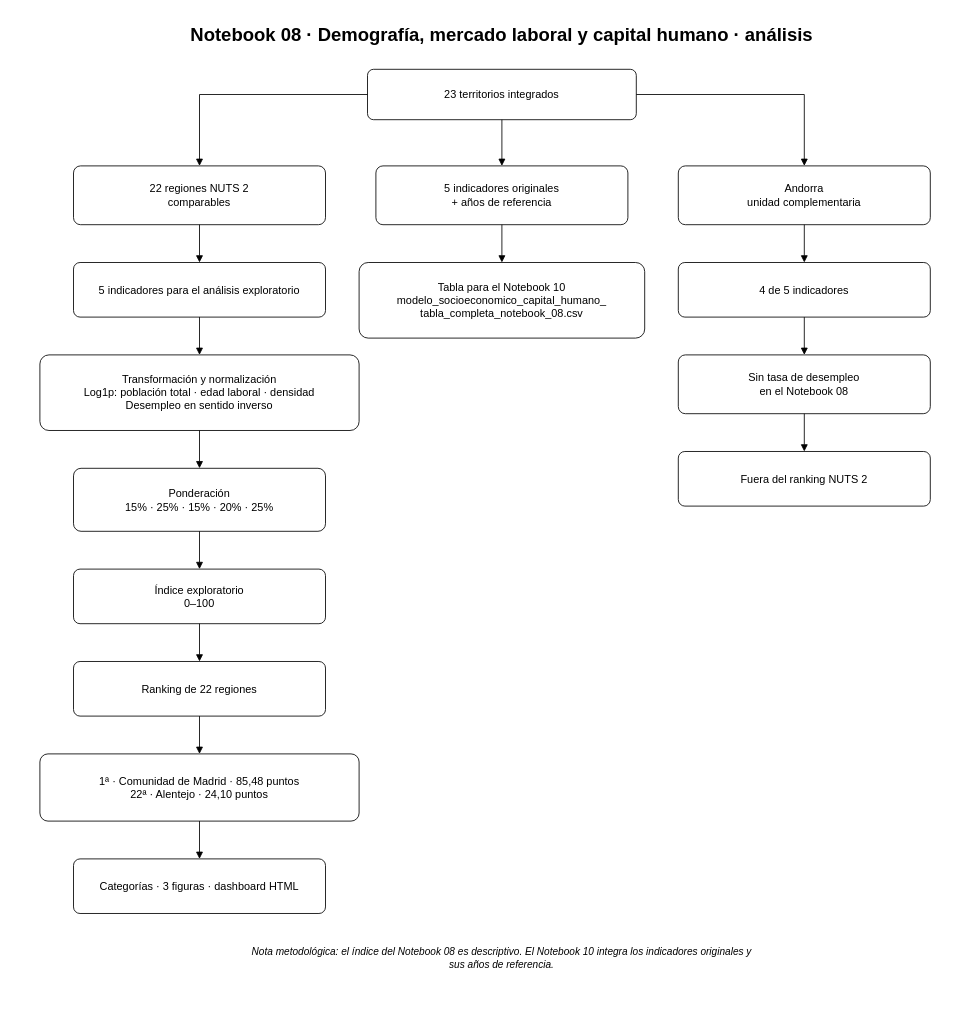
Before: docs/diagramas/08_demografia_mercado_laboral_capital_humano_analisis.drawio in Aemj2023/TFB-CPD-Sostenibles-Iberia-Final, a draw.io diagram. Source tidied: cells renumbered, new cells numbered last; positions are measured from the earlier drawing's top-left corner, leaving out a move shared by most shapes. Both pictures are drawn from the tidied source at 84%, with x=0, y=0 at pixel (39, 14).
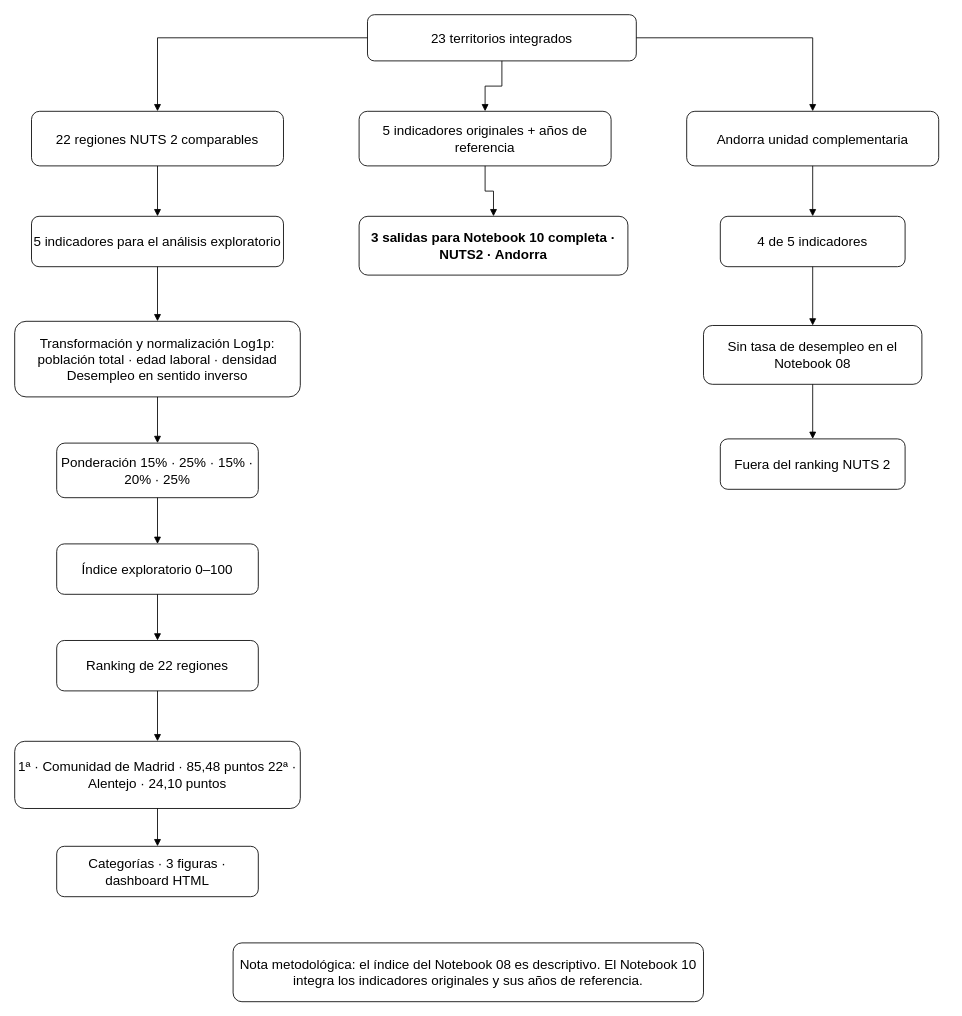
The same page after the edit.

Commit message (it also covers changes not shown here):
actualizamos diagrama NB08

Diff of the diagram source:
```diff
@@
-    <mxCell id="2" value="Notebook 08 · Demografía, mercado laboral y capital humano · análisis" style="text;html=1;strokeColor=none;fillColor=none;fontColor=#000000;fontSize=22;fontStyle=1;align=center;verticalAlign=middle;whiteSpace=wrap;" parent="1" vertex="1">
-      <mxGeometry x="20" width="1060" height="50" as="geometry" />
-    </mxCell>
-    <mxCell id="3" value="23 territorios integrados" style="rounded=1;whiteSpace=wrap;html=1;arcSize=12;fillColor=#FFFFFF;strokeColor=#000000;fontColor=#000000;fontSize=13;align=center;verticalAlign=middle;" parent="1" vertex="1">
-      <mxGeometry x="390" y="65" width="320" height="60" as="geometry" />
+    <mxCell id="3" value="23 territorios integrados" style="rounded=1;whiteSpace=wrap;html=1;fontSize=16;fontStyle=0;strokeColor=#000000;fillColor=#ffffff;" parent="1" vertex="1">
+      <mxGeometry x="390" width="320" height="55" as="geometry" />
     </mxCell>
-    <mxCell id="4" value="22 regiones NUTS 2&lt;br&gt;comparables" style="rounded=1;whiteSpace=wrap;html=1;arcSize=12;fillColor=#FFFFFF;strokeColor=#000000;fontColor=#000000;fontSize=13;align=center;verticalAlign=middle;" parent="1" vertex="1">
-      <mxGeometry x="40" y="180" width="300" height="70" as="geometry" />
+    <mxCell id="4" value="22 regiones NUTS 2&amp;#xa;comparables" style="rounded=1;whiteSpace=wrap;html=1;fontSize=16;fontStyle=0;strokeColor=#000000;fillColor=#ffffff;" parent="1" vertex="1">
+      <mxGeometry x="-10" y="115" width="300" height="65" as="geometry" />
     </mxCell>
+    <mxCell id="12" value="5 indicadores originales&amp;#xa;+ años de referencia" style="rounded=1;whiteSpace=wrap;html=1;fontSize=16;fontStyle=0;strokeColor=#000000;fillColor=#ffffff;" parent="1" vertex="1">
+      <mxGeometry x="380" y="115" width="300" height="65" as="geometry" />
+    </mxCell>
+    <mxCell id="14" value="Andorra&amp;#xa;unidad complementaria" style="rounded=1;whiteSpace=wrap;html=1;fontSize=16;fontStyle=0;strokeColor=#000000;fillColor=#ffffff;" parent="1" vertex="1">
+      <mxGeometry x="770" y="115" width="300" height="65" as="geometry" />
+    </mxCell>
-    <mxCell id="5" value="5 indicadores para el análisis exploratorio" style="rounded=1;whiteSpace=wrap;html=1;arcSize=12;fillColor=#FFFFFF;strokeColor=#000000;fontColor=#000000;fontSize=13;align=center;verticalAlign=middle;" parent="1" vertex="1">
-      <mxGeometry x="40" y="295" width="300" height="65" as="geometry" />
+    <mxCell id="5" value="5 indicadores para el análisis exploratorio" style="rounded=1;whiteSpace=wrap;html=1;fontSize=16;fontStyle=0;strokeColor=#000000;fillColor=#ffffff;" parent="1" vertex="1">
+      <mxGeometry x="-10" y="240" width="300" height="60" as="geometry" />
     </mxCell>
+    <mxCell id="33" value="3 salidas para Notebook 10&amp;#xa;completa · NUTS2 · Andorra" style="rounded=1;whiteSpace=wrap;html=1;fontSize=16;fontStyle=1;strokeColor=#000000;fillColor=#ffffff;" parent="1" vertex="1">
+      <mxGeometry x="380" y="240" width="320" height="70" as="geometry" />
+    </mxCell>
+    <mxCell id="15" value="4 de 5 indicadores" style="rounded=1;whiteSpace=wrap;html=1;fontSize=16;fontStyle=0;strokeColor=#000000;fillColor=#ffffff;" parent="1" vertex="1">
+      <mxGeometry x="810" y="240" width="220" height="60" as="geometry" />
+    </mxCell>
-    <mxCell id="6" value="Transformación y normalización&lt;br&gt;Log1p: población total · edad laboral · densidad&lt;br&gt;Desempleo en sentido inverso" style="rounded=1;whiteSpace=wrap;html=1;arcSize=12;fillColor=#FFFFFF;strokeColor=#000000;fontColor=#000000;fontSize=13;align=center;verticalAlign=middle;" parent="1" vertex="1">
-      <mxGeometry y="405" width="380" height="90" as="geometry" />
+    <mxCell id="6" value="Transformación y normalización&amp;#xa;Log1p: población total · edad laboral · densidad&amp;#xa;Desempleo en sentido inverso" style="rounded=1;whiteSpace=wrap;html=1;fontSize=16;fontStyle=0;strokeColor=#000000;fillColor=#ffffff;" parent="1" vertex="1">
+      <mxGeometry x="-30" y="365" width="340" height="90" as="geometry" />
     </mxCell>
+    <mxCell id="16" value="Sin tasa de desempleo&amp;#xa;en el Notebook 08" style="rounded=1;whiteSpace=wrap;html=1;fontSize=16;fontStyle=0;strokeColor=#000000;fillColor=#ffffff;" parent="1" vertex="1">
+      <mxGeometry x="790" y="370" width="260" height="70" as="geometry" />
+    </mxCell>
-    <mxCell id="7" value="Ponderación&lt;br&gt;15% · 25% · 15% · 20% · 25%" style="rounded=1;whiteSpace=wrap;html=1;arcSize=12;fillColor=#FFFFFF;strokeColor=#000000;fontColor=#000000;fontSize=13;align=center;verticalAlign=middle;" parent="1" vertex="1">
-      <mxGeometry x="40" y="540" width="300" height="75" as="geometry" />
+    <mxCell id="7" value="Ponderación&amp;#xa;15% · 25% · 15% · 20% · 25%" style="rounded=1;whiteSpace=wrap;html=1;fontSize=16;fontStyle=0;strokeColor=#000000;fillColor=#ffffff;" parent="1" vertex="1">
+      <mxGeometry x="20" y="510" width="240" height="65" as="geometry" />
     </mxCell>
+    <mxCell id="17" value="Fuera del ranking NUTS 2" style="rounded=1;whiteSpace=wrap;html=1;fontSize=16;fontStyle=0;strokeColor=#000000;fillColor=#ffffff;" parent="1" vertex="1">
+      <mxGeometry x="810" y="505" width="220" height="60" as="geometry" />
+    </mxCell>
-    <mxCell id="8" value="Índice exploratorio&lt;br&gt;0–100" style="rounded=1;whiteSpace=wrap;html=1;arcSize=12;fillColor=#FFFFFF;strokeColor=#000000;fontColor=#000000;fontSize=13;align=center;verticalAlign=middle;" parent="1" vertex="1">
-      <mxGeometry x="40" y="660" width="300" height="65" as="geometry" />
+    <mxCell id="8" value="Índice exploratorio&amp;#xa;0–100" style="rounded=1;whiteSpace=wrap;html=1;fontSize=16;fontStyle=0;strokeColor=#000000;fillColor=#ffffff;" parent="1" vertex="1">
+      <mxGeometry x="20" y="630" width="240" height="60" as="geometry" />
     </mxCell>
-    <mxCell id="9" value="Ranking de 22 regiones" style="rounded=1;whiteSpace=wrap;html=1;arcSize=12;fillColor=#FFFFFF;strokeColor=#000000;fontColor=#000000;fontSize=13;align=center;verticalAlign=middle;" parent="1" vertex="1">
-      <mxGeometry x="40" y="770" width="300" height="65" as="geometry" />
+    <mxCell id="9" value="Ranking de 22 regiones" style="rounded=1;whiteSpace=wrap;html=1;fontSize=16;fontStyle=0;strokeColor=#000000;fillColor=#ffffff;" parent="1" vertex="1">
+      <mxGeometry x="20" y="745" width="240" height="60" as="geometry" />
     </mxCell>
-    <mxCell id="10" value="1ª · Comunidad de Madrid · 85,48 puntos&lt;br&gt;22ª · Alentejo · 24,10 puntos" style="rounded=1;whiteSpace=wrap;html=1;arcSize=12;fillColor=#FFFFFF;strokeColor=#000000;fontColor=#000000;fontSize=13;align=center;verticalAlign=middle;" parent="1" vertex="1">
-      <mxGeometry y="880" width="380" height="80" as="geometry" />
+    <mxCell id="10" value="1ª · Comunidad de Madrid · 85,48 puntos&amp;#xa;22ª · Alentejo · 24,10 puntos" style="rounded=1;whiteSpace=wrap;html=1;fontSize=16;fontStyle=0;strokeColor=#000000;fillColor=#ffffff;" parent="1" vertex="1">
+      <mxGeometry x="-30" y="865" width="340" height="80" as="geometry" />
     </mxCell>
-    <mxCell id="11" value="Categorías · 3 figuras · dashboard HTML" style="rounded=1;whiteSpace=wrap;html=1;arcSize=12;fillColor=#FFFFFF;strokeColor=#000000;fontColor=#000000;fontSize=13;align=center;verticalAlign=middle;" parent="1" vertex="1">
-      <mxGeometry x="40" y="1005" width="300" height="65" as="geometry" />
+    <mxCell id="11" value="Categorías · 3 figuras · dashboard HTML" style="rounded=1;whiteSpace=wrap;html=1;fontSize=16;fontStyle=0;strokeColor=#000000;fillColor=#ffffff;" parent="1" vertex="1">
+      <mxGeometry x="20" y="990" width="240" height="60" as="geometry" />
     </mxCell>
-    <mxCell id="12" value="5 indicadores originales&lt;br&gt;+ años de referencia" style="rounded=1;whiteSpace=wrap;html=1;arcSize=12;fillColor=#FFFFFF;strokeColor=#000000;fontColor=#000000;fontSize=13;align=center;verticalAlign=middle;" parent="1" vertex="1">
-      <mxGeometry x="400" y="180" width="300" height="70" as="geometry" />
-    </mxCell>
-    <mxCell id="13" value="Tabla para el Notebook 10&lt;br&gt;modelo_socioeconomico_capital_humano_&lt;br&gt;tabla_completa_notebook_08.csv" style="rounded=1;whiteSpace=wrap;html=1;arcSize=12;fillColor=#FFFFFF;strokeColor=#000000;fontColor=#000000;fontSize=13;align=center;verticalAlign=middle;" parent="1" vertex="1">
-      <mxGeometry x="380" y="295" width="340" height="90" as="geometry" />
-    </mxCell>
-    <mxCell id="14" value="Andorra&lt;br&gt;unidad complementaria" style="rounded=1;whiteSpace=wrap;html=1;arcSize=12;fillColor=#FFFFFF;strokeColor=#000000;fontColor=#000000;fontSize=13;align=center;verticalAlign=middle;" parent="1" vertex="1">
-      <mxGeometry x="760" y="180" width="300" height="70" as="geometry" />
-    </mxCell>
-    <mxCell id="15" value="4 de 5 indicadores" style="rounded=1;whiteSpace=wrap;html=1;arcSize=12;fillColor=#FFFFFF;strokeColor=#000000;fontColor=#000000;fontSize=13;align=center;verticalAlign=middle;" parent="1" vertex="1">
-      <mxGeometry x="760" y="295" width="300" height="65" as="geometry" />
-    </mxCell>
-    <mxCell id="16" value="Sin tasa de desempleo&lt;br&gt;en el Notebook 08" style="rounded=1;whiteSpace=wrap;html=1;arcSize=12;fillColor=#FFFFFF;strokeColor=#000000;fontColor=#000000;fontSize=13;align=center;verticalAlign=middle;" parent="1" vertex="1">
-      <mxGeometry x="760" y="405" width="300" height="70" as="geometry" />
-    </mxCell>
-    <mxCell id="17" value="Fuera del ranking NUTS 2" style="rounded=1;whiteSpace=wrap;html=1;arcSize=12;fillColor=#FFFFFF;strokeColor=#000000;fontColor=#000000;fontSize=13;align=center;verticalAlign=middle;" parent="1" vertex="1">
-      <mxGeometry x="760" y="520" width="300" height="65" as="geometry" />
-    </mxCell>
-    <mxCell id="18" value="Nota metodológica: el índice del Notebook 08 es descriptivo. El Notebook 10 integra los indicadores originales y sus años de referencia." style="text;html=1;strokeColor=none;fillColor=none;fontColor=#000000;fontSize=12;fontStyle=2;align=center;verticalAlign=middle;whiteSpace=wrap;" parent="1" vertex="1">
-      <mxGeometry x="250" y="1100" width="600" height="45" as="geometry" />
+    <mxCell id="18" value="Nota metodológica: el índice del Notebook 08 es descriptivo.&amp;#xa;El Notebook 10 integra los indicadores originales y sus años de referencia." style="rounded=1;whiteSpace=wrap;html=1;fontSize=16;fontStyle=0;strokeColor=#000000;fillColor=#ffffff;" parent="1" vertex="1">
+      <mxGeometry x="230" y="1105" width="560" height="70" as="geometry" />
     </mxCell>
@@
+    <mxCell id="34" style="edgeStyle=orthogonalEdgeStyle;rounded=0;jettySize=auto;html=1;endArrow=block;endFill=1;strokeColor=#000000;" parent="1" edge="1" source="12" target="33">
+      <mxGeometry relative="1" as="geometry" />
+    </mxCell>
+    <mxCell id="30" style="edgeStyle=orthogonalEdgeStyle;rounded=0;jettySize=auto;html=1;endArrow=block;endFill=1;strokeColor=#000000;" parent="1" edge="1" source="14" target="15">
+      <mxGeometry relative="1" as="geometry" />
+    </mxCell>
@@
+    <mxCell id="31" style="edgeStyle=orthogonalEdgeStyle;rounded=0;jettySize=auto;html=1;endArrow=block;endFill=1;strokeColor=#000000;" parent="1" edge="1" source="15" target="16">
+      <mxGeometry relative="1" as="geometry" />
+    </mxCell>
@@
+    <mxCell id="32" style="edgeStyle=orthogonalEdgeStyle;rounded=0;jettySize=auto;html=1;endArrow=block;endFill=1;strokeColor=#000000;" parent="1" edge="1" source="16" target="17">
+      <mxGeometry relative="1" as="geometry" />
+    </mxCell>
@@
-    <mxCell id="29" style="edgeStyle=orthogonalEdgeStyle;rounded=0;jettySize=auto;html=1;endArrow=block;endFill=1;strokeColor=#000000;" parent="1" edge="1" source="12" target="13">
-      <mxGeometry relative="1" as="geometry" />
-    </mxCell>
-    <mxCell id="30" style="edgeStyle=orthogonalEdgeStyle;rounded=0;jettySize=auto;html=1;endArrow=block;endFill=1;strokeColor=#000000;" parent="1" edge="1" source="14" target="15">
-      <mxGeometry relative="1" as="geometry" />
-    </mxCell>
-    <mxCell id="31" style="edgeStyle=orthogonalEdgeStyle;rounded=0;jettySize=auto;html=1;endArrow=block;endFill=1;strokeColor=#000000;" parent="1" edge="1" source="15" target="16">
-      <mxGeometry relative="1" as="geometry" />
-    </mxCell>
-    <mxCell id="32" style="edgeStyle=orthogonalEdgeStyle;rounded=0;jettySize=auto;html=1;endArrow=block;endFill=1;strokeColor=#000000;" parent="1" edge="1" source="16" target="17">
-      <mxGeometry relative="1" as="geometry" />
-    </mxCell>
```
